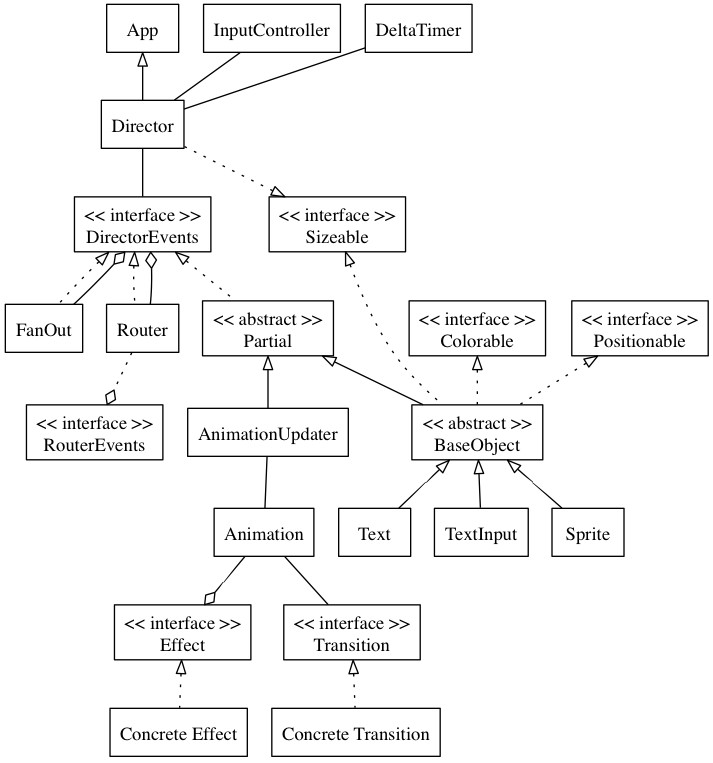
The Graphviz diagram docs/class_diagram.png in michaelcontento/bono, before a commit. Its source is kept beside it as docs/class_diagram.dot.
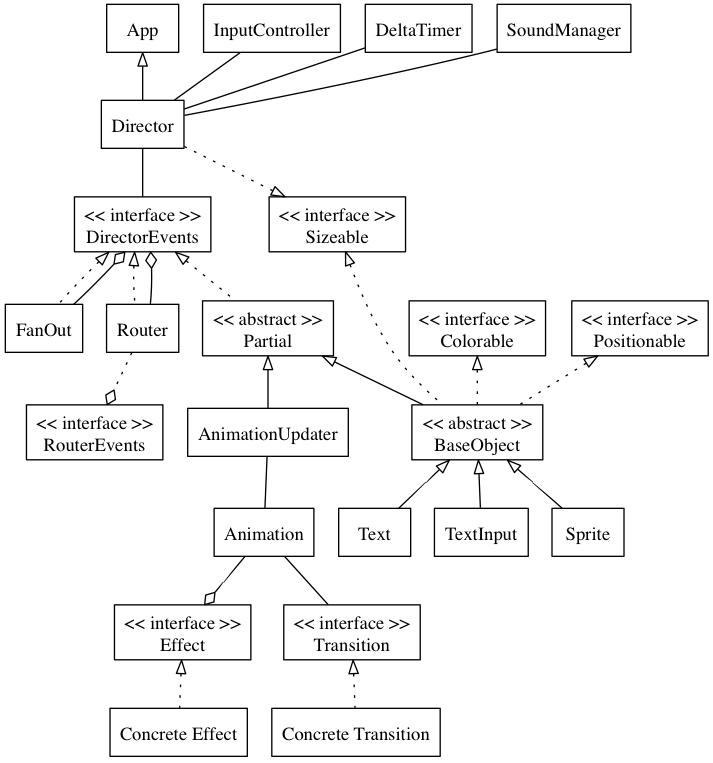
Above is the later version.

Commit message:
Include the SoundManager in the class diagram

The edit, as a diff of the source:
```diff
@@ -24,6 +24,7 @@
         Director -> DirectorEvents [weight=8]
         Director -> InputController [constraint=false]
         Director -> DeltaTimer [constraint=false]
+        Director -> SoundManager [constraint=false]
         Animation -> Transition
         AnimationUpdater -> Animation
     }
```
